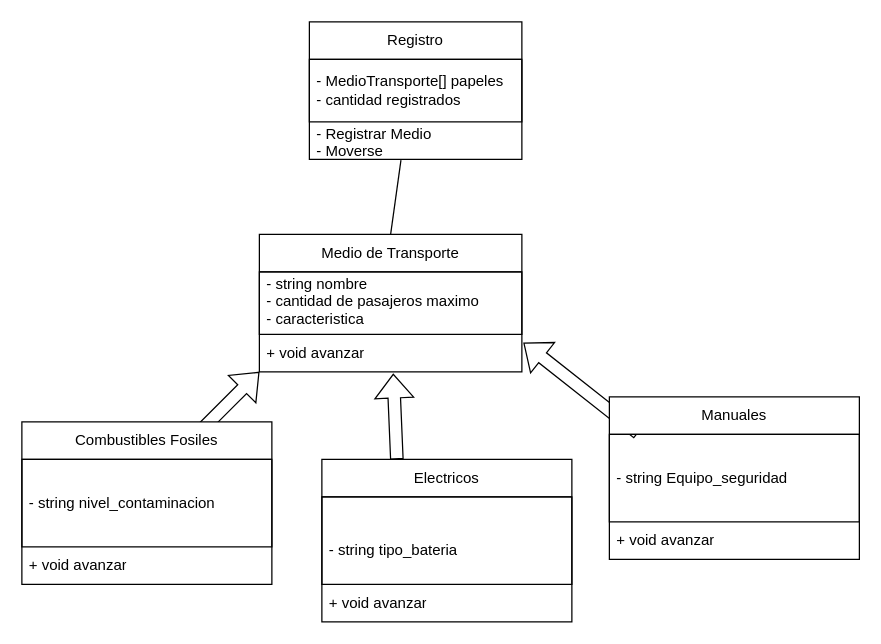
Before: UML.drawio in Kal222000/Recuperatorio-I-Programacion-II, a draw.io diagram. Source tidied: cells renumbered, new cells numbered last; positions are measured from the earlier drawing's top-left corner, leaving out a move shared by most shapes. Both pictures are drawn from the tidied source at 125%, with x=0, y=0 at pixel (21, 21).
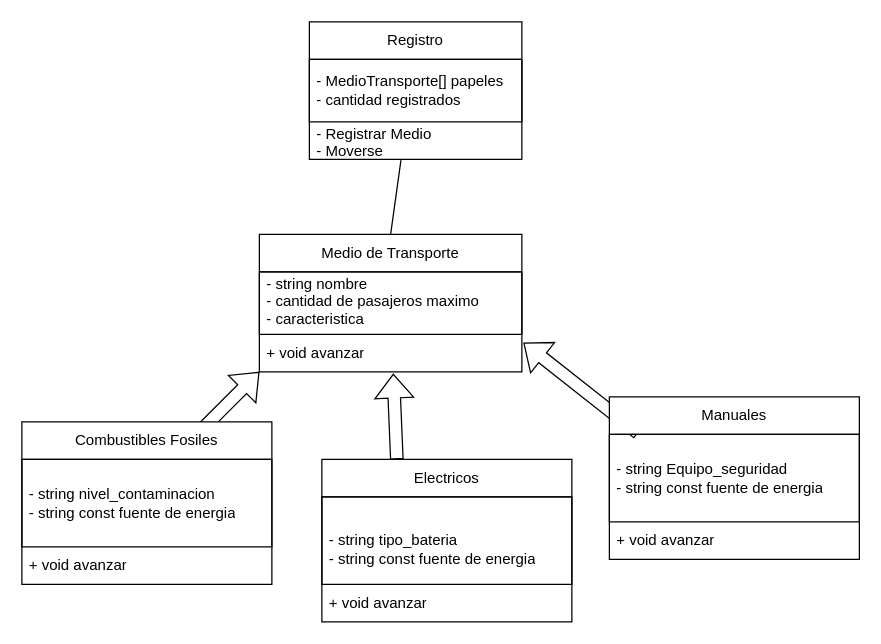
Above is the later version.

The change refers to these unchanged cells:
```xml
<mxCell id="6" value="Electricos" style="swimlane;fontStyle=0;horizontal=1;startSize=30;whiteSpace=wrap;html=1;" parent="1" vertex="1">
  <mxGeometry x="240" y="350" width="200" height="130" as="geometry" />
</mxCell>
<mxCell id="10" value="Manuales" style="swimlane;fontStyle=0;horizontal=1;startSize=30;whiteSpace=wrap;html=1;" parent="1" vertex="1">
  <mxGeometry x="470" y="300" width="200" height="130" as="geometry" />
</mxCell>
<mxCell id="14" value="Combustibles Fosiles" style="swimlane;fontStyle=0;horizontal=1;startSize=30;whiteSpace=wrap;html=1;" parent="1" vertex="1">
  <mxGeometry y="320" width="200" height="130" as="geometry" />
</mxCell>
```

The edit, as a diff of the source:
```diff
@@
-    <mxCell id="7" value="&lt;br&gt;&lt;div&gt;- string tipo_bateria&lt;/div&gt;" style="text;strokeColor=default;fillColor=none;align=left;verticalAlign=middle;spacingLeft=4;spacingRight=4;overflow=hidden;whiteSpace=wrap;html=1;" parent="6" vertex="1">
+    <mxCell id="7" value="&lt;br&gt;&lt;div&gt;- string tipo_bateria&lt;/div&gt;&lt;div&gt;- string const fuente de energia&lt;/div&gt;" style="text;strokeColor=default;fillColor=none;align=left;verticalAlign=middle;spacingLeft=4;spacingRight=4;overflow=hidden;whiteSpace=wrap;html=1;" parent="6" vertex="1">
       <mxGeometry y="30" width="200" height="70" as="geometry" />
     </mxCell>
@@
-    <mxCell id="11" value="- string Equipo_seguridad" style="text;strokeColor=default;fillColor=none;align=left;verticalAlign=middle;spacingLeft=4;spacingRight=4;overflow=hidden;whiteSpace=wrap;html=1;" parent="10" vertex="1">
+    <mxCell id="11" value="- string Equipo_seguridad&lt;div&gt;- string const fuente de energia&lt;/div&gt;" style="text;strokeColor=default;fillColor=none;align=left;verticalAlign=middle;spacingLeft=4;spacingRight=4;overflow=hidden;whiteSpace=wrap;html=1;" parent="10" vertex="1">
       <mxGeometry y="30" width="200" height="70" as="geometry" />
     </mxCell>
@@
-    <mxCell id="15" value="- string nivel_contaminacion" style="text;strokeColor=default;fillColor=none;align=left;verticalAlign=middle;spacingLeft=4;spacingRight=4;overflow=hidden;whiteSpace=wrap;html=1;" parent="14" vertex="1">
+    <mxCell id="15" value="- string nivel_contaminacion&lt;div&gt;- string const fuente de energia&lt;/div&gt;" style="text;strokeColor=default;fillColor=none;align=left;verticalAlign=middle;spacingLeft=4;spacingRight=4;overflow=hidden;whiteSpace=wrap;html=1;" parent="14" vertex="1">
       <mxGeometry y="30" width="200" height="70" as="geometry" />
     </mxCell>
```
